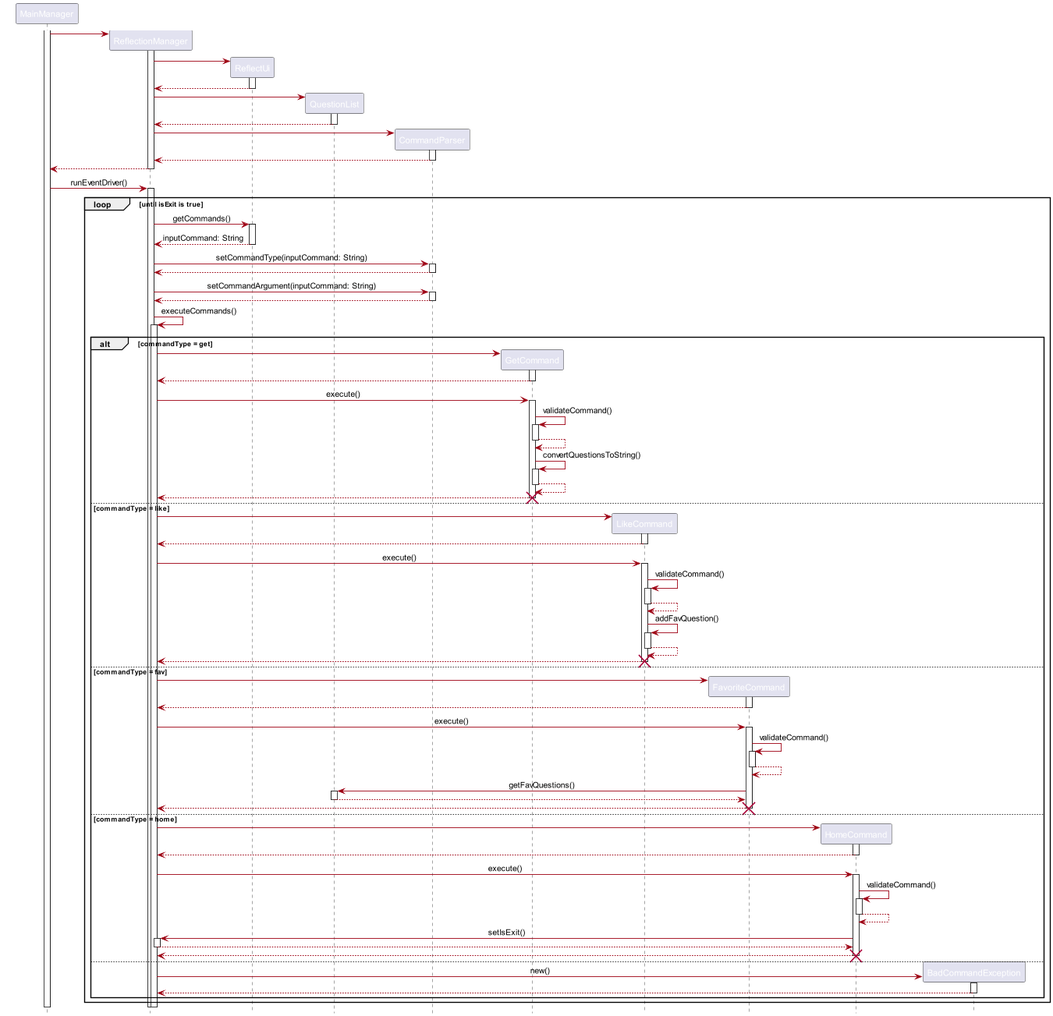
wenxin-c/tp keeps this PlantUML diagram as docs/diagrams/ReflectionSequenceDiagram.png. Above is the earlier version.
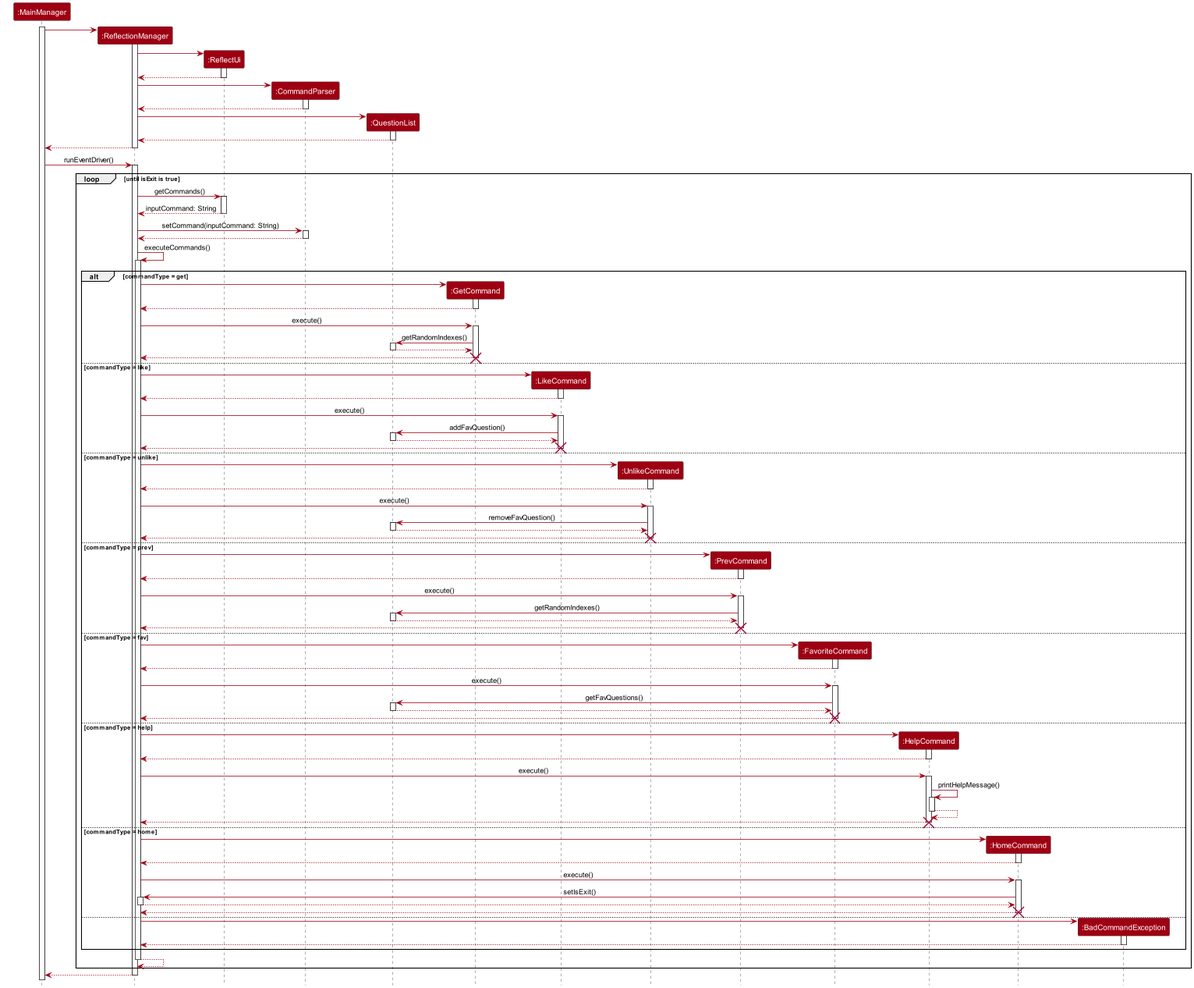
Later version of the same file.

Commit message:
Update developer guide diagrams and PPP

Diff of the diagram source:
```diff
@@ -5,29 +5,43 @@
 skinparam classBackgroundColor MODEL_COLOR
 hide footbox
 
+participant ":MainManager" as MainManager MODEL_COLOR
+participant ":ReflectionManager" as ReflectionManager MODEL_COLOR
+participant ":ReflectUi" as ReflectUi MODEL_COLOR
+participant ":CommandParser" as CommandParser MODEL_COLOR
+participant ":QuestionList" as QuestionList MODEL_COLOR
+participant ":GetCommand" as GetCommand MODEL_COLOR
+participant ":LikeCommand" as LikeCommand MODEL_COLOR
+participant ":UnlikeCommand" as UnlikeCommand MODEL_COLOR
+participant ":PrevCommand" as PrevCommand MODEL_COLOR
+participant ":FavoriteCommand" as FavoriteCommand MODEL_COLOR
+participant ":HelpCommand" as HelpCommand MODEL_COLOR
+participant ":HomeCommand" as HomeCommand MODEL_COLOR
+participant ":BadCommandException" as BadCommandException MODEL_COLOR
+
 activate MainManager
 
 create ReflectionManager
-MainManager -> ReflectionManager
+MainManager -> ReflectionManager:
 activate ReflectionManager
 
 create ReflectUi
-ReflectionManager -> ReflectUi
+ReflectionManager -> ReflectUi:
 activate ReflectUi
 ReflectUi --> ReflectionManager
 deactivate ReflectUi
 
+create CommandParser
+ReflectionManager -> CommandParser:
+activate CommandParser
+CommandParser --> ReflectionManager
+deactivate CommandParser
+
 create QuestionList
-ReflectionManager -> QuestionList
+ReflectionManager -> QuestionList:
 activate QuestionList
 QuestionList --> ReflectionManager
 deactivate QuestionList
-
-create CommandParser
-ReflectionManager -> CommandParser
-activate CommandParser
-CommandParser --> ReflectionManager
-deactivate CommandParser
 
 ReflectionManager --> MainManager
 deactivate ReflectionManager
@@ -42,12 +56,7 @@
     ReflectUi --> ReflectionManager : inputCommand: String
     deactivate ReflectUi
 
-    ReflectionManager -> CommandParser : setCommandType(inputCommand: String)
-    activate CommandParser
-    CommandParser --> ReflectionManager
-    deactivate CommandParser
-
-    ReflectionManager -> CommandParser : setCommandArgument(inputCommand: String)
+    ReflectionManager -> CommandParser : setCommand(inputCommand: String)
     activate CommandParser
     CommandParser --> ReflectionManager
     deactivate CommandParser
@@ -63,14 +72,10 @@
 
             ReflectionManager -> GetCommand : execute()
             activate GetCommand
-            GetCommand -> GetCommand : validateCommand()
-            activate GetCommand
-            GetCommand --> GetCommand
-            deactivate GetCommand
-            GetCommand -> GetCommand : convertQuestionsToString()
-            activate GetCommand
-            GetCommand --> GetCommand
-            deactivate GetCommand
+            GetCommand -> QuestionList : getRandomIndexes()
+            activate QuestionList
+            QuestionList --> GetCommand
+            deactivate QuestionList
 
             GetCommand --> ReflectionManager
             deactivate GetCommand
@@ -85,18 +90,50 @@
 
             ReflectionManager -> LikeCommand : execute()
             activate LikeCommand
-            LikeCommand -> LikeCommand : validateCommand()
-            activate LikeCommand
-            LikeCommand --> LikeCommand
-            deactivate LikeCommand
-            LikeCommand -> LikeCommand : addFavQuestion()
-            activate LikeCommand
-            LikeCommand --> LikeCommand
-            deactivate LikeCommand
+            LikeCommand -> QuestionList : addFavQuestion()
+            activate QuestionList
+            QuestionList --> LikeCommand
+            deactivate QuestionList
 
             LikeCommand --> ReflectionManager
             deactivate LikeCommand
             destroy LikeCommand
+
+        else commandType = unlike
+            create UnlikeCommand
+            ReflectionManager -> UnlikeCommand
+            activate UnlikeCommand
+            UnlikeCommand --> ReflectionManager
+            deactivate UnlikeCommand
+
+            ReflectionManager -> UnlikeCommand : execute()
+            activate UnlikeCommand
+
+            UnlikeCommand -> QuestionList : removeFavQuestion()
+            activate QuestionList
+            QuestionList --> UnlikeCommand
+            deactivate QuestionList
+            UnlikeCommand --> ReflectionManager
+            deactivate UnlikeCommand
+            destroy UnlikeCommand
+
+        else commandType = prev
+            create PrevCommand
+            ReflectionManager -> PrevCommand
+            activate PrevCommand
+            PrevCommand --> ReflectionManager
+            deactivate PrevCommand
+
+            ReflectionManager -> PrevCommand : execute()
+            activate PrevCommand
+
+            PrevCommand -> QuestionList : getRandomIndexes()
+            activate QuestionList
+            QuestionList --> PrevCommand
+            deactivate QuestionList
+            PrevCommand --> ReflectionManager
+            deactivate PrevCommand
+            destroy PrevCommand
 
         else commandType = fav
             create FavoriteCommand
@@ -107,10 +144,6 @@
 
             ReflectionManager -> FavoriteCommand : execute()
             activate FavoriteCommand
-            FavoriteCommand -> FavoriteCommand : validateCommand()
-            activate FavoriteCommand
-            FavoriteCommand --> FavoriteCommand
-            deactivate FavoriteCommand
             FavoriteCommand -> QuestionList : getFavQuestions()
             activate QuestionList
             QuestionList --> FavoriteCommand
@@ -119,6 +152,24 @@
             FavoriteCommand --> ReflectionManager
             deactivate FavoriteCommand
             destroy FavoriteCommand
+
+        else commandType = help
+            create HelpCommand
+            ReflectionManager -> HelpCommand
+            activate HelpCommand
+            HelpCommand --> ReflectionManager
+            deactivate HelpCommand
+
+            ReflectionManager -> HelpCommand : execute()
+            activate HelpCommand
+
+            HelpCommand -> HelpCommand : printHelpMessage()
+            activate HelpCommand
+            HelpCommand --> HelpCommand
+            deactivate HelpCommand
+            HelpCommand --> ReflectionManager
+            deactivate HelpCommand
+            destroy HelpCommand
 
         else commandType = home
             create HomeCommand
@@ -129,26 +180,25 @@
 
             ReflectionManager -> HomeCommand : execute()
             activate HomeCommand
-            HomeCommand -> HomeCommand : validateCommand()
-            activate HomeCommand
-            HomeCommand --> HomeCommand
-            deactivate HomeCommand
 
             HomeCommand -> ReflectionManager : setIsExit()
             activate ReflectionManager
             ReflectionManager --> HomeCommand
             deactivate ReflectionManager
-
             HomeCommand --> ReflectionManager
             deactivate HomeCommand
             destroy HomeCommand
 
         else
             create BadCommandException
-            ReflectionManager -> BadCommandException : new()
+            ReflectionManager -> BadCommandException :
             activate BadCommandException
             BadCommandException --> ReflectionManager
             deactivate BadCommandException
         end
+        ReflectionManager --> ReflectionManager
+        deactivate ReflectionManager
 end
+ReflectionManager --> MainManager
+deactivate ReflectionManager
 @enduml
```
